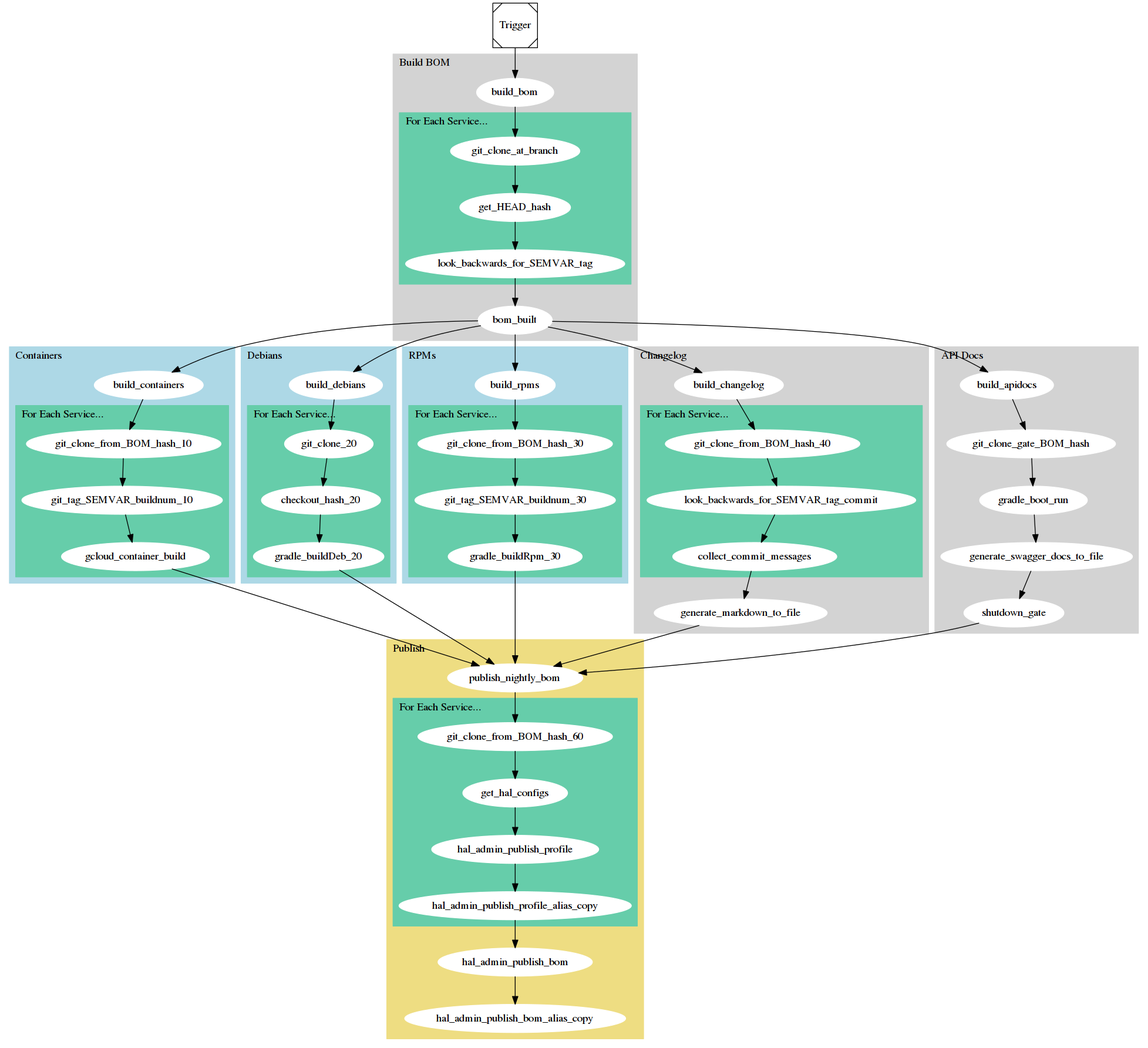
Earlier version of the Graphviz export dev/build_and_publish.dot.png (spinnaker/buildtool). Its source is kept beside it as dev/build_and_publish.dot.
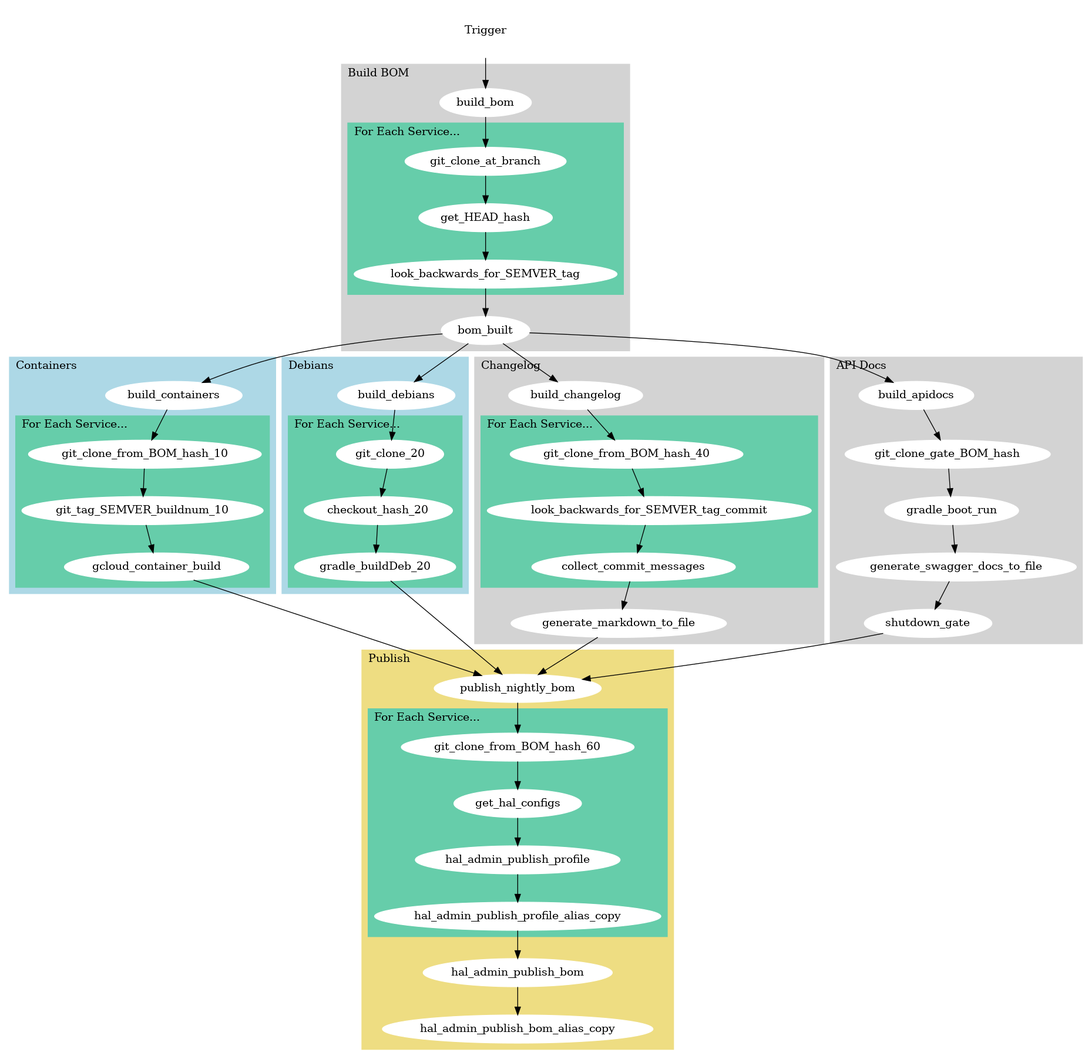
The same file after the commit.

What changed in the source:
```diff
@@ -9,7 +9,6 @@
     Trigger -> build_bom
     bom_built -> build_containers
     bom_built -> build_debians
-    bom_built -> build_rpms
     bom_built -> build_changelog
     bom_built -> build_apidocs
 
@@ -59,22 +58,6 @@
 	}
 	gradle_buildDeb_20 -> publish_nightly_bom;
 
-	subgraph cluster_30 {
-		label = "RPMs";
-		color=lightblue;
-
-		build_rpms -> git_clone_from_BOM_hash_30;
-		subgraph cluster_31 {
-		    label = "For Each Service..."
-		    color=aquamarine3
-
-    		git_clone_from_BOM_hash_30 -> git_tag_SEMVER_buildnum_30;
-    		git_tag_SEMVER_buildnum_30 -> gradle_buildRpm_30;
-
-		}
-	}
-	gradle_buildRpm_30 -> publish_nightly_bom;
-
 	subgraph cluster_40 {
 		label = "Changelog";
 
```
